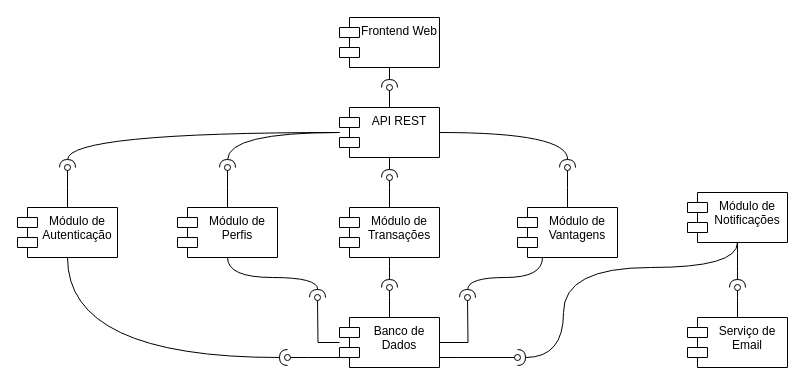
This is projeto/drawio/Diagrama de Componentes.drawio from pedrolucas444/laboratorio-3, a draw.io file, before an edit. Source tidied: cells renumbered, new cells numbered last; positions are measured from the earlier drawing's top-left corner, leaving out a move shared by most shapes. Both pictures are drawn from the tidied source at 100%, with x=0, y=0 at pixel (17, 17).
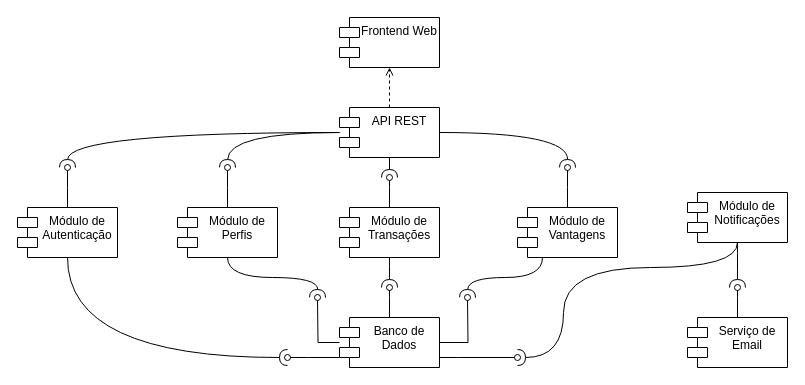
After the change.

Commit message (it also covers changes not shown here):
update diagrama de componentes

Unchanged cells that the change refers to:
```xml
<mxCell id="3" value="Frontend Web" style="shape=module;align=left;spacingLeft=20;align=center;verticalAlign=top;whiteSpace=wrap;html=1;" parent="1" vertex="1">
  <mxGeometry x="322" width="100" height="50" as="geometry" />
</mxCell>
<mxCell id="9" value="API REST" style="shape=module;align=left;spacingLeft=20;align=center;verticalAlign=top;whiteSpace=wrap;html=1;" parent="1" vertex="1">
  <mxGeometry x="322" y="90" width="100" height="50" as="geometry" />
</mxCell>
```

The edit, as a diff of the source:
```diff
@@
-    <mxCell id="2" style="edgeStyle=orthogonalEdgeStyle;rounded=0;jettySize=auto;html=1;endArrow=halfCircle;endFill=0;" parent="1" edge="1" source="3">
-      <mxGeometry relative="1" as="geometry">
-        <mxPoint x="372" y="70" as="targetPoint" />
-      </mxGeometry>
-    </mxCell>
@@
-    <mxCell id="7" style="edgeStyle=orthogonalEdgeStyle;rounded=0;jettySize=auto;html=1;endArrow=oval;endFill=0;" parent="1" edge="1" source="9">
-      <mxGeometry relative="1" as="geometry">
-        <mxPoint x="372" y="70" as="targetPoint" />
-      </mxGeometry>
-    </mxCell>
@@
+    <mxCell id="33" style="edgeStyle=orthogonalEdgeStyle;rounded=0;jettySize=auto;html=1;dashed=1;endArrow=open;endFill=0;" parent="1" edge="1" source="9" target="3">
+      <mxGeometry relative="1" as="geometry" />
+    </mxCell>
```
